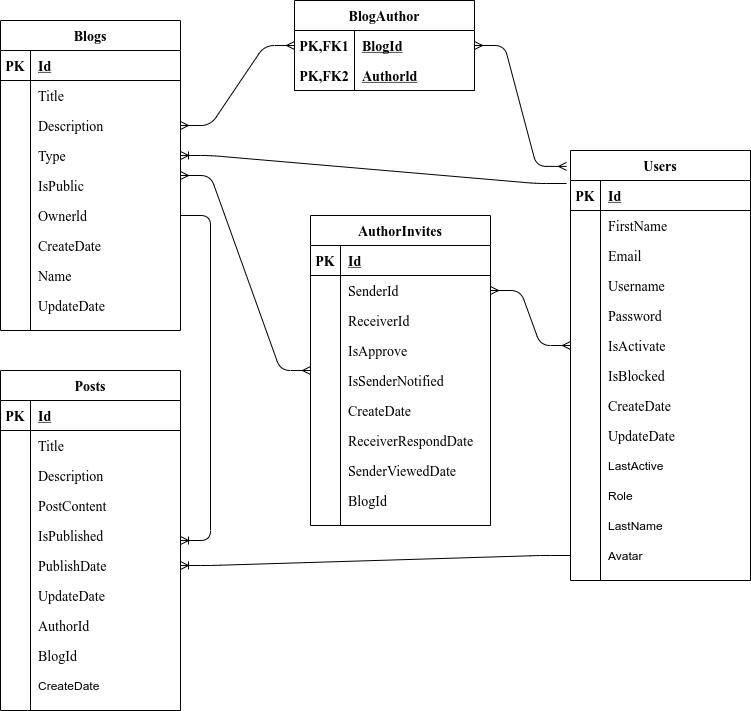
Above: пояснительная записка/resources/erd.png in oleg-creator-arch/Gost-7.32-2017-Diplom_in_Latex-Xelatex (draw.io), before the change. Source tidied: cells renumbered, new cells last; positions are measured from the earlier drawing's top-left corner, leaving out a move shared by most shapes.
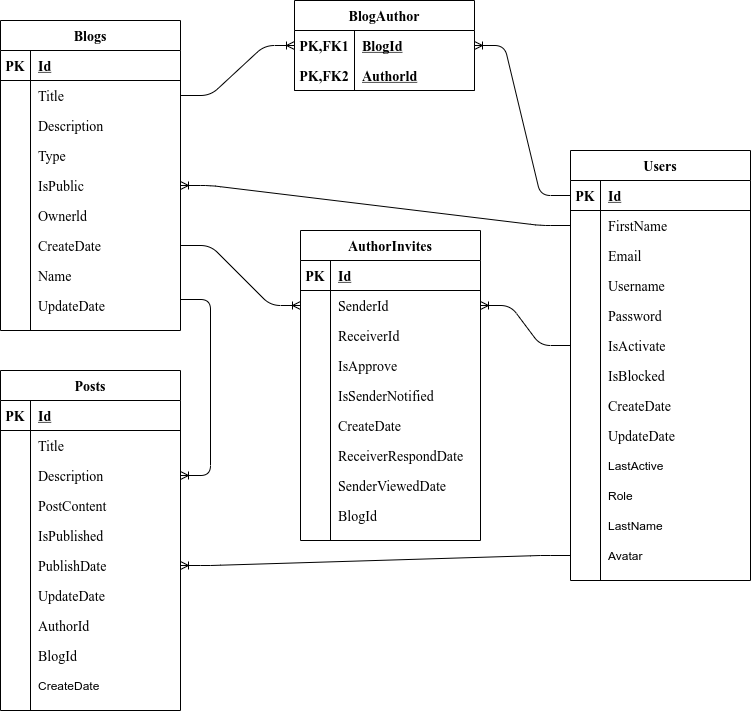
Later version of the same file.

Diff of the diagram source:
```diff
@@ -321,7 +321,7 @@
       <mxGeometry x="30" width="150" height="30" as="geometry" />
     </mxCell>
     <mxCell id="108" value="AuthorInvites" style="shape=table;startSize=30;rowLines=0;fontStyle=1;align=center;fontFamily=Times New Roman;fontSize=14;" parent="1" vertex="1">
-      <mxGeometry x="310" y="215" width="180" height="310" as="geometry" />
+      <mxGeometry x="300" y="230" width="180" height="310" as="geometry" />
     </mxCell>
     <mxCell id="109" style="shape=partialRectangle;fillColor=none;top=0;left=0;bottom=1;right=0;fontFamily=Times New Roman;fontSize=14;" parent="108" vertex="1">
       <mxGeometry y="30" width="180" height="30" as="geometry" />
@@ -404,26 +404,26 @@
     <mxCell id="135" value="BlogId" style="shape=partialRectangle;fillColor=none;top=0;left=0;bottom=0;right=0;align=left;spacingLeft=6;overflow=hidden;fontFamily=Times New Roman;fontSize=14;" parent="133" vertex="1">
       <mxGeometry x="30" width="150" height="30" as="geometry" />
     </mxCell>
-    <mxCell id="136" style="edgeStyle=entityRelationEdgeStyle;fontSize=12;html=1;endArrow=ERmany;startArrow=ERmany;fontFamily=Times New Roman;exitX=1;exitY=0.5;exitDx=0;exitDy=0;" parent="1" edge="1" source="9" target="61">
-      <mxGeometry relative="1" as="geometry" />
-    </mxCell>
-    <mxCell id="137" style="edgeStyle=entityRelationEdgeStyle;fontSize=12;html=1;endArrow=ERmany;startArrow=ERmany;fontFamily=Times New Roman;entryX=-0.022;entryY=0.037;entryDx=0;entryDy=0;entryPerimeter=0;" parent="1" edge="1" source="61" target="68">
-      <mxGeometry relative="1" as="geometry" />
-    </mxCell>
-    <mxCell id="138" style="edgeStyle=entityRelationEdgeStyle;fontSize=12;html=1;endArrow=ERoneToMany;fontFamily=Times New Roman;" parent="1" edge="1" source="18" target="30">
-      <mxGeometry relative="1" as="geometry" />
-    </mxCell>
+    <mxCell id="143" style="edgeStyle=entityRelationEdgeStyle;fontSize=12;html=1;endArrow=ERoneToMany;entryX=1;entryY=0.5;entryDx=0;entryDy=0;exitX=1;exitY=0.3;exitDx=0;exitDy=0;exitPerimeter=0;" parent="1" edge="1" source="27" target="37">
+      <mxGeometry relative="1" as="geometry" />
+    </mxCell>
-    <mxCell id="139" style="edgeStyle=entityRelationEdgeStyle;fontSize=12;html=1;endArrow=ERoneToMany;fontFamily=Times New Roman;entryX=1;entryY=0.5;entryDx=0;entryDy=0;exitX=0;exitY=0.5;exitDx=0;exitDy=0;" parent="1" edge="1" source="105" target="46">
+    <mxCell id="139" style="edgeStyle=entityRelationEdgeStyle;fontSize=12;html=1;endArrow=ERoneToMany;entryX=1;entryY=0.5;entryDx=0;entryDy=0;exitX=0;exitY=0.5;exitDx=0;exitDy=0;" parent="1" edge="1" source="105" target="46">
       <mxGeometry relative="1" as="geometry" />
     </mxCell>
-    <mxCell id="140" style="edgeStyle=entityRelationEdgeStyle;fontSize=12;html=1;endArrow=ERoneToMany;fontFamily=Times New Roman;exitX=-0.022;exitY=0.1;exitDx=0;exitDy=0;entryX=1;entryY=0.5;entryDx=0;entryDy=0;exitPerimeter=0;" parent="1" edge="1" source="69" target="12">
-      <mxGeometry relative="1" as="geometry" />
-    </mxCell>
-    <mxCell id="141" style="edgeStyle=entityRelationEdgeStyle;fontSize=12;html=1;endArrow=ERmany;startArrow=ERmany;fontFamily=Times New Roman;" parent="1" edge="1" source="2" target="108">
-      <mxGeometry relative="1" as="geometry" />
-    </mxCell>
-    <mxCell id="142" style="edgeStyle=entityRelationEdgeStyle;fontSize=12;html=1;endArrow=ERmany;startArrow=ERmany;fontFamily=Times New Roman;entryX=0;entryY=0.5;entryDx=0;entryDy=0;exitX=1;exitY=0.5;exitDx=0;exitDy=0;" parent="1" edge="1" source="112" target="84">
-      <mxGeometry relative="1" as="geometry" />
-    </mxCell>
+    <mxCell id="144" style="edgeStyle=entityRelationEdgeStyle;fontSize=12;html=1;endArrow=ERoneToMany;entryX=1;entryY=0.5;entryDx=0;entryDy=0;exitX=0;exitY=0.5;exitDx=0;exitDy=0;" parent="1" edge="1" source="72" target="15">
+      <mxGeometry relative="1" as="geometry" />
+    </mxCell>
+    <mxCell id="145" style="edgeStyle=entityRelationEdgeStyle;fontSize=12;html=1;endArrow=ERoneToMany;entryX=0;entryY=0.5;entryDx=0;entryDy=0;exitX=1;exitY=0.5;exitDx=0;exitDy=0;" parent="1" edge="1" source="6" target="62">
+      <mxGeometry relative="1" as="geometry" />
+    </mxCell>
+    <mxCell id="146" style="edgeStyle=entityRelationEdgeStyle;fontSize=12;html=1;endArrow=ERoneToMany;entryX=1;entryY=0.5;entryDx=0;entryDy=0;exitX=0;exitY=0.5;exitDx=0;exitDy=0;" parent="1" edge="1" source="69" target="62">
+      <mxGeometry relative="1" as="geometry" />
+    </mxCell>
+    <mxCell id="147" style="edgeStyle=entityRelationEdgeStyle;fontSize=12;html=1;endArrow=ERoneToMany;entryX=0;entryY=0.5;entryDx=0;entryDy=0;exitX=1;exitY=0.5;exitDx=0;exitDy=0;" parent="1" edge="1" source="21" target="112">
+      <mxGeometry relative="1" as="geometry" />
+    </mxCell>
+    <mxCell id="148" style="edgeStyle=entityRelationEdgeStyle;fontSize=12;html=1;endArrow=ERoneToMany;entryX=1;entryY=0.5;entryDx=0;entryDy=0;exitX=0;exitY=0.5;exitDx=0;exitDy=0;" parent="1" edge="1" source="84" target="112">
+      <mxGeometry relative="1" as="geometry" />
+    </mxCell>
   </root>
 </mxGraphModel>
```
